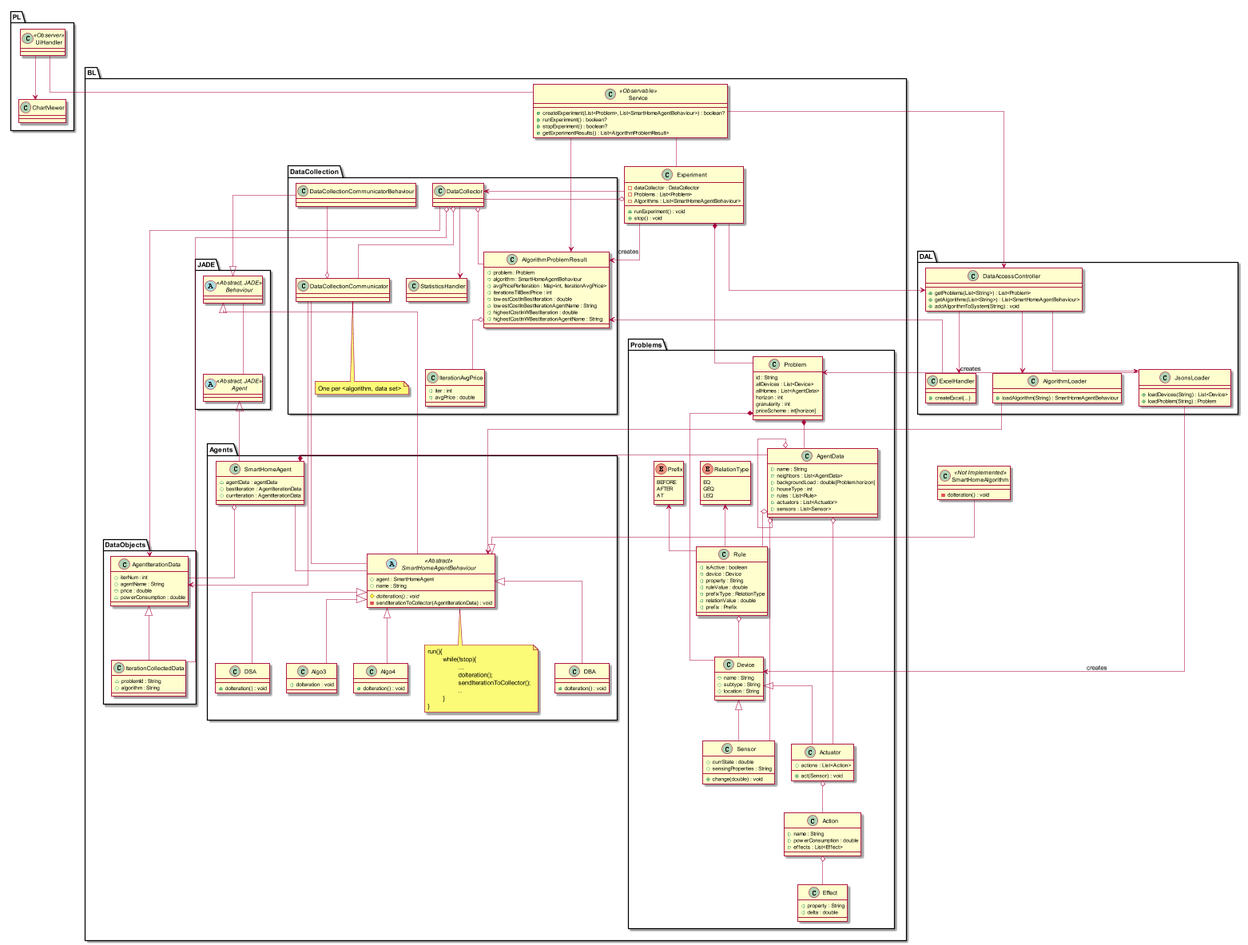
Above: Final/Docs/Diagrams/class diagram/ClassDiagram.png in miamiHits/FinalProject (PlantUML), before the change.
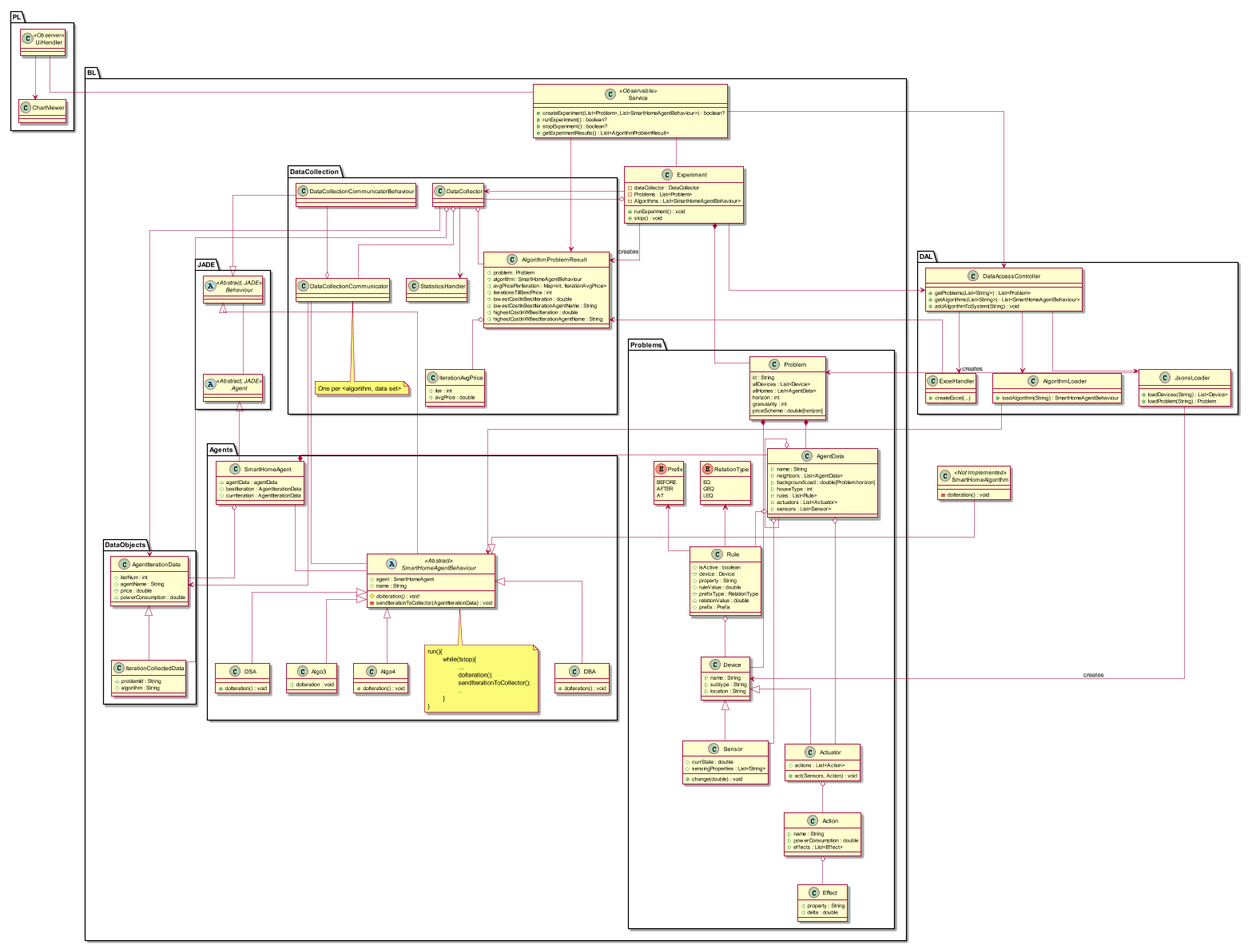
Above is the later version.

Diff of the diagram source:
```diff
@@ -21,13 +21,13 @@
 
 		class Sensor {
 			+currState : double
-			+sensingProperties : String
+			+sensingProperties : List<String>
 			+change(double) : void
 		}
 
 		class Actuator {
 			+actions : List<Action>
-			+act(Sensor) : void
+			+act(Sensors, Action) : void
 		}
 
 		class Effect {
@@ -79,7 +79,7 @@
 			allHomes : List<AgentData>
 			horizon : int
 			granularity : int
-			priceScheme : int[horizon]
+			priceScheme : double[horizon]
 		}
 
 		Device <|-- Sensor
```
